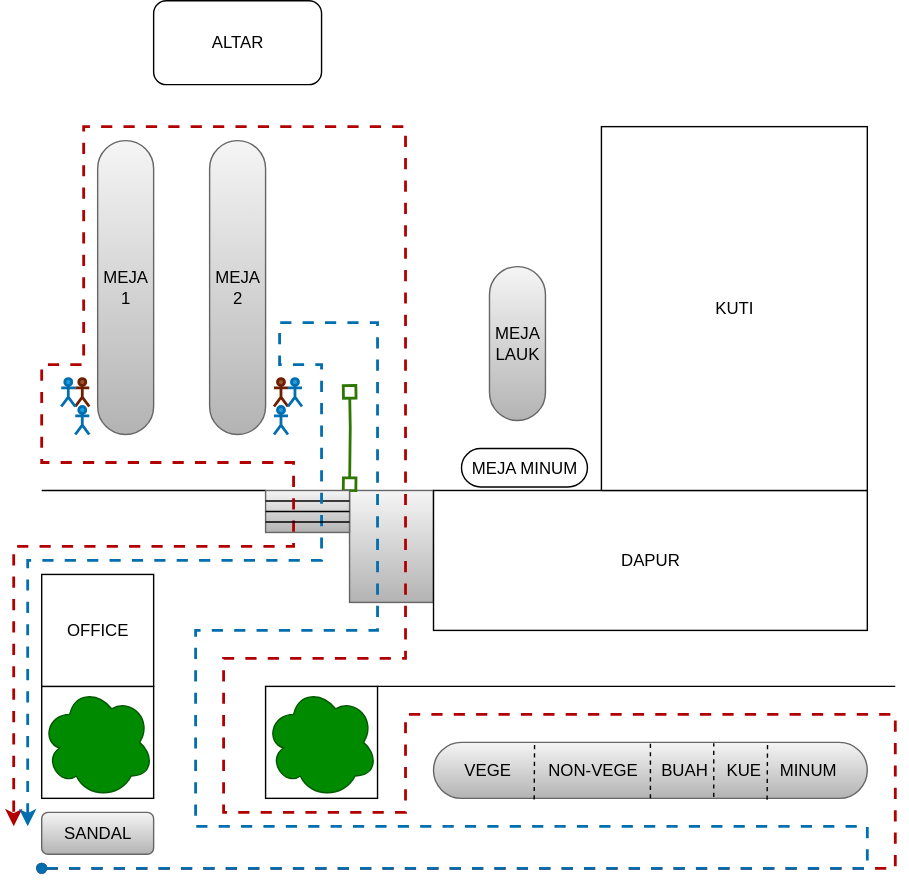
Above: kathina-2025-1a.svg in lianto2480/kathina (draw.io), before the change. Source tidied: cells renumbered, new cells last; positions are measured from the earlier drawing's top-left corner, leaving out a move shared by most shapes. Source of this version:
```xml
<mxGraphModel>
  <root>
    <mxCell id="0" />
    <mxCell id="1" parent="0" />
    <mxCell id="2" style="whiteSpace=wrap;html=1;" parent="1" vertex="1">
      <mxGeometry x="180" y="490" width="80" height="80" as="geometry" />
    </mxCell>
    <mxCell id="3" style="whiteSpace=wrap;html=1;" parent="1" vertex="1">
      <mxGeometry x="20" y="490" width="80" height="80" as="geometry" />
    </mxCell>
    <mxCell id="4" style="rounded=0;whiteSpace=wrap;html=1;fillColor=#f5f5f5;gradientColor=#b3b3b3;strokeColor=#666666;" parent="1" vertex="1">
      <mxGeometry x="240" y="350" width="60" height="80" as="geometry" />
    </mxCell>
    <mxCell id="5" style="ellipse;shape=cloud;whiteSpace=wrap;html=1;fillColor=#008a00;fontColor=#ffffff;strokeColor=#005700;" parent="1" vertex="1">
      <mxGeometry x="20" y="490" width="80" height="80" as="geometry" />
    </mxCell>
    <mxCell id="6" value="OFFICE" style="rounded=0;whiteSpace=wrap;html=1;" parent="1" vertex="1">
      <mxGeometry x="20" y="410" width="80" height="80" as="geometry" />
    </mxCell>
    <mxCell id="7" style="ellipse;shape=cloud;whiteSpace=wrap;html=1;fillColor=#008a00;fontColor=#ffffff;strokeColor=#005700;" parent="1" vertex="1">
      <mxGeometry x="180" y="490" width="80" height="80" as="geometry" />
    </mxCell>
    <mxCell id="8" value="DAPUR" style="rounded=0;whiteSpace=wrap;html=1;" parent="1" vertex="1">
      <mxGeometry x="300" y="350" width="310" height="100" as="geometry" />
    </mxCell>
    <mxCell id="9" value="VEGE&amp;nbsp; &amp;nbsp; &amp;nbsp; &amp;nbsp; NON-VEGE&amp;nbsp; &amp;nbsp; &amp;nbsp;BUAH&amp;nbsp; &amp;nbsp; KUE&amp;nbsp; &amp;nbsp; MINUM" style="rounded=1;whiteSpace=wrap;html=1;arcSize=50;fillColor=#f5f5f5;gradientColor=#b3b3b3;strokeColor=#666666;" parent="1" vertex="1">
      <mxGeometry x="300" y="530" width="310" height="40" as="geometry" />
    </mxCell>
    <mxCell id="10" value="MEJA 1" style="rounded=1;whiteSpace=wrap;html=1;arcSize=50;fillColor=#f5f5f5;gradientColor=#b3b3b3;strokeColor=#666666;" parent="1" vertex="1">
      <mxGeometry x="60" y="100" width="40" height="210" as="geometry" />
    </mxCell>
    <mxCell id="11" value="MEJA 2" style="rounded=1;whiteSpace=wrap;html=1;arcSize=50;fillColor=#f5f5f5;gradientColor=#b3b3b3;strokeColor=#666666;" parent="1" vertex="1">
      <mxGeometry x="140" y="100" width="40" height="210" as="geometry" />
    </mxCell>
    <mxCell id="12" style="endArrow=none;html=1;rounded=0;entryX=0;entryY=0;entryDx=0;entryDy=0;" parent="1" edge="1" target="25">
      <mxGeometry relative="1" as="geometry">
        <mxPoint x="20" y="350" as="sourcePoint" />
      </mxGeometry>
    </mxCell>
    <mxCell id="13" value="KUTI" style="rounded=0;whiteSpace=wrap;html=1;" parent="1" vertex="1">
      <mxGeometry x="420" y="90" width="190" height="260" as="geometry" />
    </mxCell>
    <mxCell id="14" value="MEJA MINUM" style="rounded=1;whiteSpace=wrap;html=1;arcSize=50;" parent="1" vertex="1">
      <mxGeometry x="320" y="320" width="90" height="27.5" as="geometry" />
    </mxCell>
    <mxCell id="15" style="shape=umlActor;verticalLabelPosition=bottom;verticalAlign=top;html=1;strokeWidth=2;fillColor=#a0522d;fontColor=#ffffff;strokeColor=#6D1F00;" parent="1" vertex="1">
      <mxGeometry x="186" y="270" width="10" height="20" as="geometry" />
    </mxCell>
    <mxCell id="16" style="shape=umlActor;verticalLabelPosition=bottom;verticalAlign=top;html=1;strokeWidth=2;fillColor=#1ba1e2;fontColor=#ffffff;strokeColor=#006EAF;" parent="1" vertex="1">
      <mxGeometry x="196" y="270" width="10" height="20" as="geometry" />
    </mxCell>
    <mxCell id="17" style="shape=umlActor;verticalLabelPosition=bottom;verticalAlign=top;html=1;strokeWidth=2;fillColor=#a0522d;fontColor=#ffffff;strokeColor=#6D1F00;" parent="1" vertex="1">
      <mxGeometry x="44" y="270" width="10" height="20" as="geometry" />
    </mxCell>
    <mxCell id="18" style="shape=umlActor;verticalLabelPosition=bottom;verticalAlign=top;html=1;strokeWidth=2;fillColor=#1ba1e2;fontColor=#ffffff;strokeColor=#006EAF;" parent="1" vertex="1">
      <mxGeometry x="34" y="270" width="10" height="20" as="geometry" />
    </mxCell>
    <mxCell id="19" style="endArrow=box;startArrow=box;html=1;rounded=0;startFill=0;endFill=0;strokeWidth=2;fillColor=#60a917;strokeColor=#2D7600;" parent="1" edge="1">
      <mxGeometry relative="1" as="geometry">
        <mxPoint x="240" y="350" as="sourcePoint" />
        <mxPoint x="240" y="275" as="targetPoint" />
        <Array as="points">
          <mxPoint x="240.5" y="305" />
        </Array>
      </mxGeometry>
    </mxCell>
    <mxCell id="20" value="ALTAR" style="rounded=1;whiteSpace=wrap;html=1;" parent="1" vertex="1">
      <mxGeometry x="100" width="120" height="60" as="geometry" />
    </mxCell>
    <mxCell id="21" style="endArrow=none;dashed=1;html=1;rounded=0;entryX=0.233;entryY=-0.001;entryDx=0;entryDy=0;entryPerimeter=0;exitX=0.232;exitY=1.021;exitDx=0;exitDy=0;exitPerimeter=0;" parent="1" edge="1" source="9" target="9">
      <mxGeometry relative="1" as="geometry" />
    </mxCell>
    <mxCell id="22" style="endArrow=none;html=1;rounded=0;entryX=0.5;entryY=0;entryDx=0;entryDy=0;exitX=0.5;exitY=1;exitDx=0;exitDy=0;dashed=1;" parent="1" edge="1" source="9" target="9">
      <mxGeometry relative="1" as="geometry" />
    </mxCell>
    <mxCell id="23" style="endArrow=none;dashed=1;html=1;rounded=0;entryX=0.77;entryY=-0.005;entryDx=0;entryDy=0;entryPerimeter=0;exitX=0.769;exitY=1.024;exitDx=0;exitDy=0;exitPerimeter=0;" parent="1" edge="1" source="9" target="9">
      <mxGeometry relative="1" as="geometry" />
    </mxCell>
    <mxCell id="24" style="endArrow=none;dashed=1;html=1;rounded=0;entryX=0.646;entryY=0.015;entryDx=0;entryDy=0;entryPerimeter=0;exitX=0.646;exitY=0.976;exitDx=0;exitDy=0;exitPerimeter=0;" parent="1" edge="1" source="9" target="9">
      <mxGeometry relative="1" as="geometry" />
    </mxCell>
    <mxCell id="25" style="rounded=0;whiteSpace=wrap;html=1;fillColor=#f5f5f5;gradientColor=#b3b3b3;strokeColor=#666666;" parent="1" vertex="1">
      <mxGeometry x="180" y="350" width="60" height="30" as="geometry" />
    </mxCell>
    <mxCell id="26" style="endArrow=none;html=1;rounded=0;exitX=0;exitY=0.5;exitDx=0;exitDy=0;entryX=1;entryY=0.5;entryDx=0;entryDy=0;" parent="1" edge="1" source="25" target="25">
      <mxGeometry relative="1" as="geometry" />
    </mxCell>
    <mxCell id="27" style="endArrow=none;html=1;rounded=0;exitX=0;exitY=0.25;exitDx=0;exitDy=0;entryX=1;entryY=0.25;entryDx=0;entryDy=0;" parent="1" edge="1" source="25" target="25">
      <mxGeometry relative="1" as="geometry" />
    </mxCell>
    <mxCell id="28" style="endArrow=classic;html=1;rounded=0;fillColor=#e51400;strokeColor=#B20000;strokeWidth=2;flowAnimation=1;endFill=1;startArrow=oval;startFill=1;" parent="1" edge="1">
      <mxGeometry relative="1" as="geometry">
        <mxPoint x="20" y="620" as="sourcePoint" />
        <mxPoint y="590" as="targetPoint" />
        <Array as="points">
          <mxPoint x="630" y="620" />
          <mxPoint x="630" y="510" />
          <mxPoint x="460" y="510" />
          <mxPoint x="280" y="510" />
          <mxPoint x="280" y="580" />
          <mxPoint x="150" y="580" />
          <mxPoint x="150" y="470" />
          <mxPoint x="280" y="470" />
          <mxPoint x="280" y="90" />
          <mxPoint x="50" y="90" />
          <mxPoint x="50" y="260" />
          <mxPoint x="20" y="260" />
          <mxPoint x="20" y="330" />
          <mxPoint x="200" y="330" />
          <mxPoint x="200" y="390" />
          <mxPoint y="390" />
        </Array>
      </mxGeometry>
    </mxCell>
    <mxCell id="29" style="endArrow=classic;html=1;rounded=0;startSize=6;jumpSize=6;strokeWidth=2;fillColor=#1ba1e2;strokeColor=#006EAF;jumpStyle=none;flowAnimation=1;curved=0;startArrow=oval;startFill=1;" parent="1" edge="1">
      <mxGeometry relative="1" as="geometry">
        <mxPoint x="20" y="620" as="sourcePoint" />
        <mxPoint x="10" y="590" as="targetPoint" />
        <Array as="points">
          <mxPoint x="610" y="620" />
          <mxPoint x="610" y="590" />
          <mxPoint x="130" y="590" />
          <mxPoint x="130" y="450" />
          <mxPoint x="260" y="450" />
          <mxPoint x="260" y="230" />
          <mxPoint x="190" y="230" />
          <mxPoint x="190" y="260" />
          <mxPoint x="220" y="260" />
          <mxPoint x="220" y="400" />
          <mxPoint x="10" y="400" />
        </Array>
      </mxGeometry>
    </mxCell>
    <mxCell id="30" style="endArrow=none;html=1;rounded=0;entryX=1;entryY=0.75;entryDx=0;entryDy=0;exitX=0;exitY=0.75;exitDx=0;exitDy=0;" parent="1" edge="1" source="25" target="25">
      <mxGeometry relative="1" as="geometry" />
    </mxCell>
    <mxCell id="31" value="MEJA LAUK" style="rounded=1;whiteSpace=wrap;html=1;arcSize=50;fillColor=#f5f5f5;gradientColor=#b3b3b3;strokeColor=#666666;" parent="1" vertex="1">
      <mxGeometry x="340" y="190" width="40" height="110" as="geometry" />
    </mxCell>
    <mxCell id="32" value="SANDAL" style="rounded=1;whiteSpace=wrap;html=1;fillColor=#f5f5f5;gradientColor=#b3b3b3;strokeColor=#666666;" parent="1" vertex="1">
      <mxGeometry x="20" y="580" width="80" height="30" as="geometry" />
    </mxCell>
    <mxCell id="33" style="endArrow=none;html=1;rounded=0;exitX=1;exitY=0;exitDx=0;exitDy=0;" parent="1" edge="1" source="2">
      <mxGeometry relative="1" as="geometry">
        <mxPoint x="630" y="490" as="targetPoint" />
      </mxGeometry>
    </mxCell>
    <mxCell id="34" style="shape=umlActor;verticalLabelPosition=bottom;verticalAlign=top;html=1;strokeWidth=2;fillColor=#1ba1e2;fontColor=#ffffff;strokeColor=#006EAF;" parent="1" vertex="1">
      <mxGeometry x="186" y="290" width="10" height="20" as="geometry" />
    </mxCell>
    <mxCell id="35" style="shape=umlActor;verticalLabelPosition=bottom;verticalAlign=top;html=1;strokeWidth=2;fillColor=#1ba1e2;fontColor=#ffffff;strokeColor=#006EAF;" parent="1" vertex="1">
      <mxGeometry x="44" y="290" width="10" height="20" as="geometry" />
    </mxCell>
  </root>
</mxGraphModel>
```
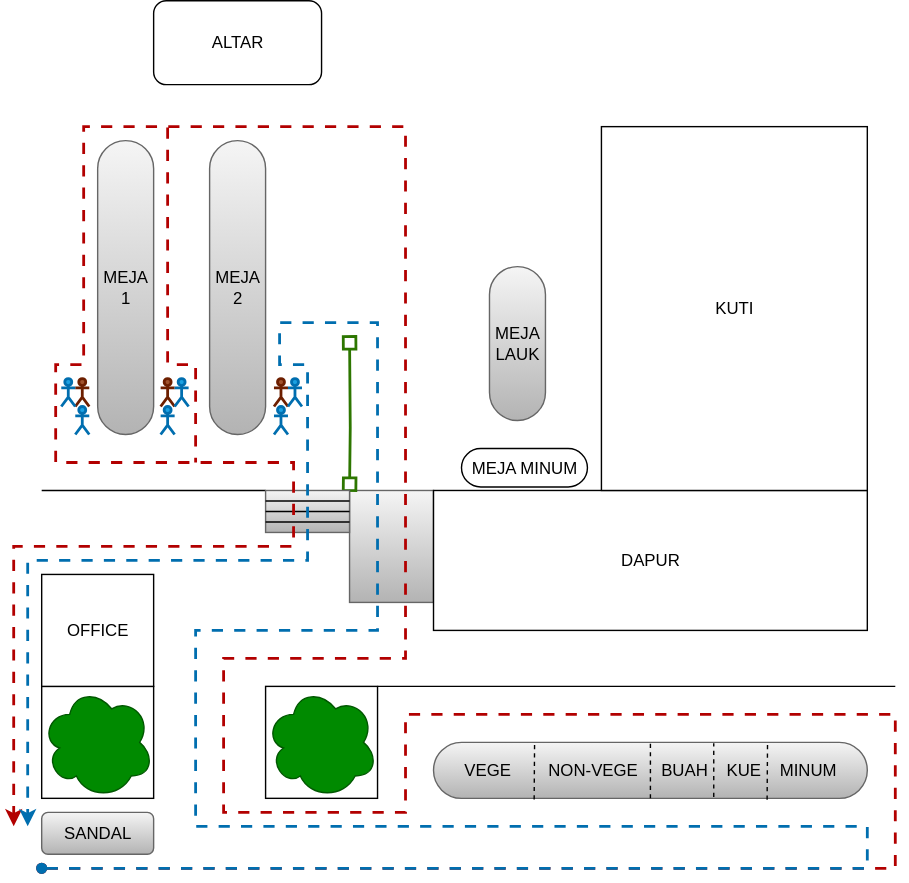
After the commit.

Change to the diagram source:
```diff
@@ -58,7 +58,7 @@
     <mxCell id="19" style="endArrow=box;startArrow=box;html=1;rounded=0;startFill=0;endFill=0;strokeWidth=2;fillColor=#60a917;strokeColor=#2D7600;" parent="1" edge="1">
       <mxGeometry relative="1" as="geometry">
         <mxPoint x="240" y="350" as="sourcePoint" />
-        <mxPoint x="240" y="275" as="targetPoint" />
+        <mxPoint x="240" y="240" as="targetPoint" />
         <Array as="points">
           <mxPoint x="240.5" y="305" />
         </Array>
@@ -104,8 +104,8 @@
           <mxPoint x="280" y="90" />
           <mxPoint x="50" y="90" />
           <mxPoint x="50" y="260" />
-          <mxPoint x="20" y="260" />
-          <mxPoint x="20" y="330" />
+          <mxPoint x="30" y="260" />
+          <mxPoint x="30" y="330" />
           <mxPoint x="200" y="330" />
           <mxPoint x="200" y="390" />
           <mxPoint y="390" />
@@ -125,8 +125,8 @@
           <mxPoint x="260" y="230" />
           <mxPoint x="190" y="230" />
           <mxPoint x="190" y="260" />
-          <mxPoint x="220" y="260" />
-          <mxPoint x="220" y="400" />
+          <mxPoint x="210" y="260" />
+          <mxPoint x="210" y="400" />
           <mxPoint x="10" y="400" />
         </Array>
       </mxGeometry>
@@ -151,5 +151,24 @@
     <mxCell id="35" style="shape=umlActor;verticalLabelPosition=bottom;verticalAlign=top;html=1;strokeWidth=2;fillColor=#1ba1e2;fontColor=#ffffff;strokeColor=#006EAF;" parent="1" vertex="1">
       <mxGeometry x="44" y="290" width="10" height="20" as="geometry" />
     </mxCell>
+    <mxCell id="36" style="shape=umlActor;verticalLabelPosition=bottom;verticalAlign=top;html=1;strokeWidth=2;fillColor=#a0522d;fontColor=#ffffff;strokeColor=#6D1F00;" parent="1" vertex="1">
+      <mxGeometry x="105" y="270" width="10" height="20" as="geometry" />
+    </mxCell>
+    <mxCell id="37" style="shape=umlActor;verticalLabelPosition=bottom;verticalAlign=top;html=1;strokeWidth=2;fillColor=#1ba1e2;fontColor=#ffffff;strokeColor=#006EAF;" parent="1" vertex="1">
+      <mxGeometry x="115" y="270" width="10" height="20" as="geometry" />
+    </mxCell>
+    <mxCell id="38" style="shape=umlActor;verticalLabelPosition=bottom;verticalAlign=top;html=1;strokeWidth=2;fillColor=#1ba1e2;fontColor=#ffffff;strokeColor=#006EAF;" parent="1" vertex="1">
+      <mxGeometry x="105" y="290" width="10" height="20" as="geometry" />
+    </mxCell>
+    <mxCell id="39" style="endArrow=none;html=1;rounded=0;flowAnimation=1;strokeWidth=2;fillColor=#e51400;strokeColor=#B20000;" parent="1" edge="1">
+      <mxGeometry relative="1" as="geometry">
+        <mxPoint x="110" y="90" as="sourcePoint" />
+        <mxPoint x="130" y="330" as="targetPoint" />
+        <Array as="points">
+          <mxPoint x="110" y="260" />
+          <mxPoint x="130" y="260" />
+        </Array>
+      </mxGeometry>
+    </mxCell>
   </root>
 </mxGraphModel>
```
